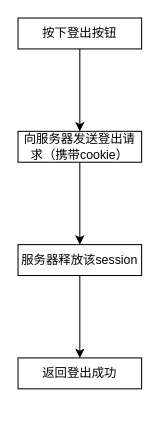
Above: page "Page-2" (2 of 2) of Untitled Diagram.drawio in Mizushio/mizushio_security_demo (draw.io), before the change. Source tidied: cells renumbered, new cells numbered last; positions are measured from the earlier drawing's top-left corner, leaving out a move shared by most shapes. Both pictures are drawn from the tidied source at 103%, with x=0, y=0 at pixel (18, 18).
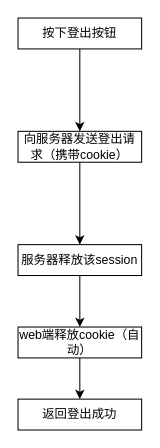
The same diagram, later.

Diff of the diagram source:
```diff
@@
 <mxGraphModel>
   <root>
     <mxCell id="0" />
     <mxCell id="1" parent="0" />
     <mxCell id="2" style="edgeStyle=orthogonalEdgeStyle;rounded=0;jettySize=auto;html=1;" parent="1" edge="1" source="3" target="5">
       <mxGeometry relative="1" as="geometry" />
     </mxCell>
     <mxCell id="3" value="按下登出按钮" style="whiteSpace=wrap;html=1;" parent="1" vertex="1">
       <mxGeometry width="120" height="30" as="geometry" />
     </mxCell>
     <mxCell id="4" style="edgeStyle=orthogonalEdgeStyle;rounded=0;jettySize=auto;html=1;" parent="1" edge="1" source="5" target="7">
       <mxGeometry relative="1" as="geometry" />
     </mxCell>
     <mxCell id="5" value="向服务器发送登出请求（携带cookie）" style="whiteSpace=wrap;html=1;" parent="1" vertex="1">
       <mxGeometry y="110" width="120" height="30" as="geometry" />
     </mxCell>
-    <mxCell id="6" style="edgeStyle=orthogonalEdgeStyle;rounded=0;jettySize=auto;html=1;" parent="1" edge="1" source="7" target="8">
-      <mxGeometry relative="1" as="geometry" />
-    </mxCell>
+    <mxCell id="9" style="edgeStyle=orthogonalEdgeStyle;rounded=0;jettySize=auto;html=1;" parent="1" edge="1" source="7" target="11">
+      <mxGeometry relative="1" as="geometry" />
+    </mxCell>
     <mxCell id="7" value="服务器释放该session" style="whiteSpace=wrap;html=1;" parent="1" vertex="1">
       <mxGeometry y="220" width="120" height="30" as="geometry" />
     </mxCell>
     <mxCell id="8" value="返回登出成功" style="whiteSpace=wrap;html=1;" parent="1" vertex="1">
-      <mxGeometry y="330" width="120" height="30" as="geometry" />
+      <mxGeometry y="370" width="120" height="30" as="geometry" />
     </mxCell>
+    <mxCell id="10" style="edgeStyle=orthogonalEdgeStyle;rounded=0;jettySize=auto;html=1;" parent="1" edge="1" source="11" target="8">
+      <mxGeometry relative="1" as="geometry" />
+    </mxCell>
+    <mxCell id="11" value="web端释放cookie（自动）" style="whiteSpace=wrap;html=1;" parent="1" vertex="1">
+      <mxGeometry y="300" width="120" height="30" as="geometry" />
+    </mxCell>
   </root>
 </mxGraphModel>
```
